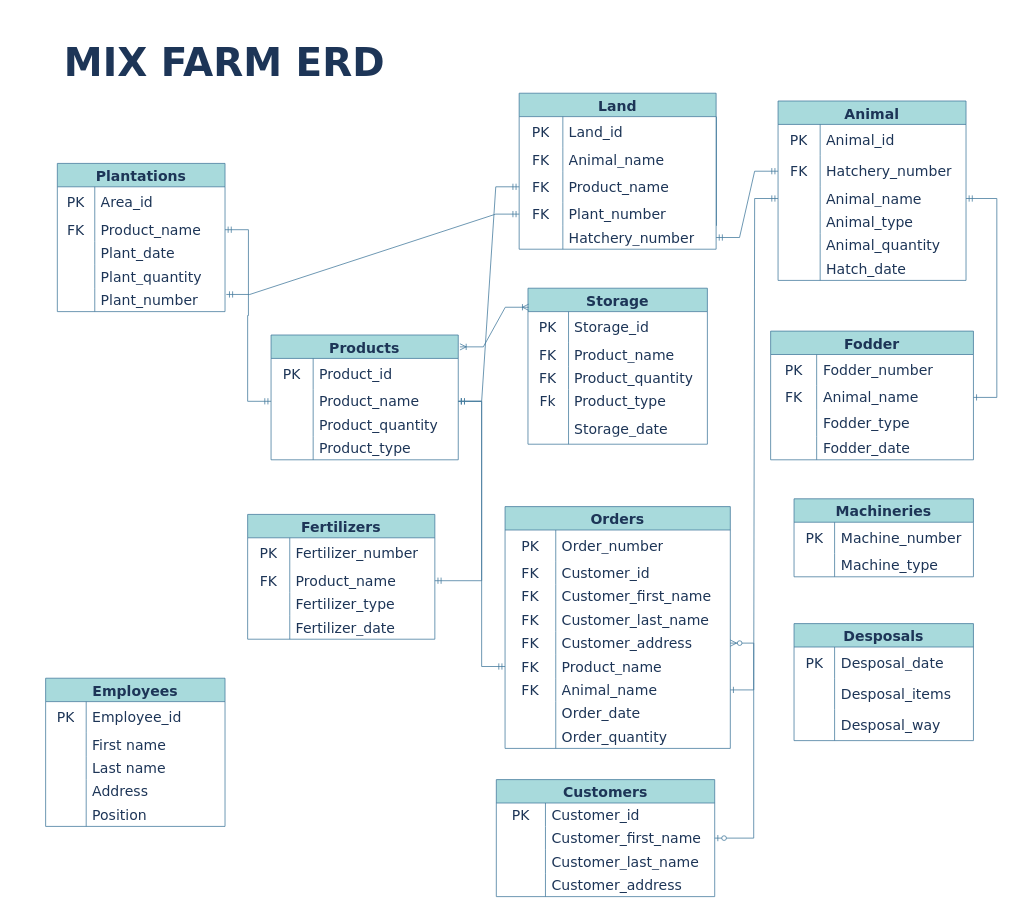
This is page "ERD" (1 of 2) of ERD-MIX FARM.drawio from raynahuang/1201-database, a draw.io file, before an edit. Source tidied: cells renumbered, new cells numbered last; positions are measured from the earlier drawing's top-left corner, leaving out a move shared by most shapes. Both pictures are drawn from the tidied source at 78%, with x=0, y=0 at pixel (45, 46).
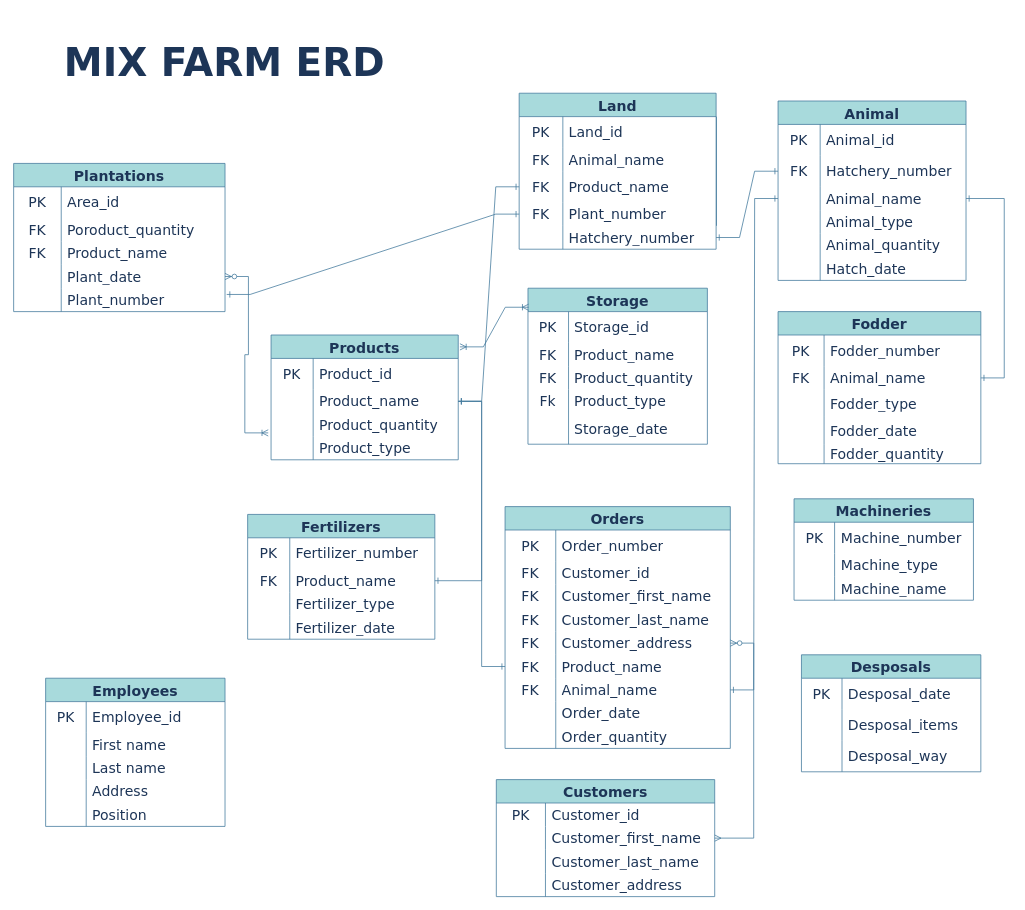
After the change.

The change refers to these unchanged cells:
```xml
<mxCell id="23" style="shape=tableRow;horizontal=0;startSize=0;swimlaneHead=0;swimlaneBody=0;top=0;left=0;bottom=0;right=0;fillColor=none;points=[[0,0.5],[1,0.5]];portConstraint=eastwest;fontFamily=Verdana;fontSize=50;labelBackgroundColor=none;rounded=0;strokeColor=#457B9D;fontColor=#1D3557;" parent="19" vertex="1">
  <mxGeometry y="70" width="240" height="30" as="geometry" />
</mxCell>
<mxCell id="26" style="shape=tableRow;horizontal=0;startSize=0;swimlaneHead=0;swimlaneBody=0;top=0;left=0;bottom=0;right=0;fillColor=none;points=[[0,0.5],[1,0.5]];portConstraint=eastwest;fontFamily=Verdana;fontSize=50;labelBackgroundColor=none;rounded=0;strokeColor=#457B9D;fontColor=#1D3557;" parent="19" vertex="1">
  <mxGeometry y="100" width="240" height="30" as="geometry" />
</mxCell>
<mxCell id="39" style="shape=tableRow;horizontal=0;startSize=0;swimlaneHead=0;swimlaneBody=0;top=0;left=0;bottom=0;right=0;fillColor=none;points=[[0,0.5],[1,0.5]];portConstraint=eastwest;fontFamily=Verdana;fontSize=50;labelBackgroundColor=none;rounded=0;strokeColor=#457B9D;fontColor=#1D3557;" parent="32" vertex="1">
  <mxGeometry y="100" width="252.5" height="40" as="geometry" />
</mxCell>
<mxCell id="42" style="shape=tableRow;horizontal=0;startSize=0;swimlaneHead=0;swimlaneBody=0;top=0;left=0;bottom=0;right=0;fillColor=none;points=[[0,0.5],[1,0.5]];portConstraint=eastwest;fontFamily=Verdana;fontSize=50;labelBackgroundColor=none;rounded=0;strokeColor=#457B9D;fontColor=#1D3557;" parent="32" vertex="1">
  <mxGeometry y="140" width="252.5" height="30" as="geometry" />
</mxCell>
<mxCell id="46" style="shape=tableRow;horizontal=0;startSize=0;swimlaneHead=0;swimlaneBody=0;top=0;left=0;bottom=0;right=0;fillColor=none;points=[[0,0.5],[1,0.5]];portConstraint=eastwest;fontFamily=Verdana;fontSize=50;labelBackgroundColor=none;rounded=0;strokeColor=#457B9D;fontColor=#1D3557;" parent="32" vertex="1">
  <mxGeometry y="170" width="252.5" height="30" as="geometry" />
</mxCell>
<mxCell id="72" style="shape=tableRow;horizontal=0;startSize=0;swimlaneHead=0;swimlaneBody=0;top=0;left=0;bottom=0;right=0;fillColor=none;points=[[0,0.5],[1,0.5]];portConstraint=eastwest;fontFamily=Verdana;fontSize=20;labelBackgroundColor=none;rounded=0;strokeColor=#457B9D;fontColor=#1D3557;" parent="68" vertex="1">
  <mxGeometry y="70" width="241" height="40" as="geometry" />
</mxCell>
<mxCell id="75" style="shape=tableRow;horizontal=0;startSize=0;swimlaneHead=0;swimlaneBody=0;top=0;left=0;bottom=0;right=0;fillColor=none;points=[[0,0.5],[1,0.5]];portConstraint=eastwest;fontFamily=Verdana;fontSize=50;labelBackgroundColor=none;rounded=0;strokeColor=#457B9D;fontColor=#1D3557;" parent="68" vertex="1">
  <mxGeometry y="110" width="241" height="30" as="geometry" />
</mxCell>
<mxCell id="93" style="shape=tableRow;horizontal=0;startSize=0;swimlaneHead=0;swimlaneBody=0;top=0;left=0;bottom=0;right=0;fillColor=none;points=[[0,0.5],[1,0.5]];portConstraint=eastwest;fontFamily=Verdana;fontSize=50;labelBackgroundColor=none;rounded=0;strokeColor=#457B9D;fontColor=#1D3557;" parent="89" vertex="1">
  <mxGeometry y="70" width="240" height="30" as="geometry" />
</mxCell>
<mxCell id="114" style="shape=tableRow;horizontal=0;startSize=0;swimlaneHead=0;swimlaneBody=0;top=0;left=0;bottom=0;right=0;fillColor=none;points=[[0,0.5],[1,0.5]];portConstraint=eastwest;fontFamily=Verdana;fontSize=50;labelBackgroundColor=none;rounded=0;strokeColor=#457B9D;fontColor=#1D3557;" parent="110" vertex="1">
  <mxGeometry y="70" width="260" height="30" as="geometry" />
</mxCell>
<mxCell id="154" style="shape=tableRow;horizontal=0;startSize=0;swimlaneHead=0;swimlaneBody=0;top=0;left=0;bottom=0;right=0;fillColor=none;points=[[0,0.5],[1,0.5]];portConstraint=eastwest;fontFamily=Verdana;fontSize=50;labelBackgroundColor=none;rounded=0;strokeColor=#457B9D;fontColor=#1D3557;" parent="150" vertex="1">
  <mxGeometry y="60" width="280" height="30" as="geometry" />
</mxCell>
<mxCell id="176" style="shape=tableRow;horizontal=0;startSize=0;swimlaneHead=0;swimlaneBody=0;top=0;left=0;bottom=0;right=0;fillColor=none;points=[[0,0.5],[1,0.5]];portConstraint=eastwest;fontFamily=Verdana;fontSize=50;labelBackgroundColor=none;rounded=0;strokeColor=#457B9D;fontColor=#1D3557;" parent="163" vertex="1">
  <mxGeometry y="160" width="288.8" height="30" as="geometry" />
</mxCell>
<mxCell id="179" style="shape=tableRow;horizontal=0;startSize=0;swimlaneHead=0;swimlaneBody=0;top=0;left=0;bottom=0;right=0;fillColor=none;points=[[0,0.5],[1,0.5]];portConstraint=eastwest;fontFamily=Verdana;fontSize=50;labelBackgroundColor=none;rounded=0;strokeColor=#457B9D;fontColor=#1D3557;" parent="163" vertex="1">
  <mxGeometry y="190" width="288.8" height="30" as="geometry" />
</mxCell>
<mxCell id="182" style="shape=tableRow;horizontal=0;startSize=0;swimlaneHead=0;swimlaneBody=0;top=0;left=0;bottom=0;right=0;fillColor=none;points=[[0,0.5],[1,0.5]];portConstraint=eastwest;fontFamily=Verdana;fontSize=50;labelBackgroundColor=none;rounded=0;strokeColor=#457B9D;fontColor=#1D3557;" parent="163" vertex="1">
  <mxGeometry y="220" width="288.8" height="30" as="geometry" />
</mxCell>
```

Change to the diagram source:
```diff
@@
     <mxCell id="2" value="Plantations" style="shape=table;startSize=30;childLayout=tableLayout;rowLines=0;fontStyle=1;fontFamily=Verdana;fontSize=18;labelBackgroundColor=none;fontColor=#1D3557;rounded=0;fillColor=#A8DADC;strokeColor=#457B9D;" parent="1" vertex="1">
-      <mxGeometry x="15" y="150" width="215" height="190" as="geometry" />
+      <mxGeometry x="-41" y="150" width="271" height="190" as="geometry" />
     </mxCell>
     <mxCell id="3" style="shape=tableRow;horizontal=0;startSize=0;swimlaneHead=0;swimlaneBody=0;top=0;left=0;bottom=0;right=0;fillColor=none;fontFamily=Verdana;fontSize=20;labelBackgroundColor=none;rounded=0;strokeColor=#457B9D;fontColor=#1D3557;" parent="2" vertex="1">
-      <mxGeometry y="30" width="215" height="40" as="geometry" />
+      <mxGeometry y="30" width="271" height="40" as="geometry" />
     </mxCell>
     <mxCell id="4" value="PK" style="shape=partialRectangle;html=1;whiteSpace=wrap;fillColor=none;top=0;left=0;bottom=0;right=0;overflow=hidden;fontFamily=Verdana;fontSize=18;labelBackgroundColor=none;fontColor=#1D3557;rounded=0;strokeColor=#457B9D;" parent="3" vertex="1">
-      <mxGeometry width="48" height="40" as="geometry" />
+      <mxGeometry width="61" height="40" as="geometry" />
     </mxCell>
     <mxCell id="5" value="Area_id" style="shape=partialRectangle;html=1;whiteSpace=wrap;fillColor=none;top=0;left=0;bottom=0;right=0;align=left;spacingLeft=6;overflow=hidden;fontFamily=Verdana;fontSize=18;labelBackgroundColor=none;fontColor=#1D3557;rounded=0;strokeColor=#457B9D;" parent="3" vertex="1">
-      <mxGeometry x="48" width="167" height="40" as="geometry" />
+      <mxGeometry x="61" width="210" height="40" as="geometry" />
     </mxCell>
+    <mxCell id="12" style="shape=tableRow;horizontal=0;startSize=0;swimlaneHead=0;swimlaneBody=0;top=0;left=0;bottom=0;right=0;fillColor=none;fontFamily=Verdana;fontSize=50;labelBackgroundColor=none;rounded=0;strokeColor=#457B9D;fontColor=#1D3557;" parent="2" vertex="1">
+      <mxGeometry y="70" width="271" height="30" as="geometry" />
+    </mxCell>
+    <mxCell id="13" value="FK" style="shape=partialRectangle;html=1;whiteSpace=wrap;fillColor=none;top=0;left=0;bottom=0;right=0;overflow=hidden;fontFamily=Verdana;fontSize=18;labelBackgroundColor=none;fontColor=#1D3557;rounded=0;strokeColor=#457B9D;" parent="12" vertex="1">
+      <mxGeometry width="61" height="30" as="geometry" />
+    </mxCell>
+    <mxCell id="14" value="Poroduct_quantity" style="shape=partialRectangle;html=1;whiteSpace=wrap;fillColor=none;top=0;left=0;bottom=0;right=0;align=left;spacingLeft=6;overflow=hidden;fontFamily=Verdana;fontSize=18;labelBackgroundColor=none;fontColor=#1D3557;rounded=0;strokeColor=#457B9D;" parent="12" vertex="1">
+      <mxGeometry x="61" width="210" height="30" as="geometry" />
+    </mxCell>
     <mxCell id="6" style="shape=tableRow;horizontal=0;startSize=0;swimlaneHead=0;swimlaneBody=0;top=0;left=0;bottom=0;right=0;fillColor=none;points=[[0,0.5],[1,0.5]];portConstraint=eastwest;fontFamily=Verdana;fontSize=50;labelBackgroundColor=none;rounded=0;strokeColor=#457B9D;fontColor=#1D3557;" parent="2" vertex="1">
-      <mxGeometry y="70" width="215" height="30" as="geometry" />
+      <mxGeometry y="100" width="271" height="30" as="geometry" />
     </mxCell>
     <mxCell id="7" value="FK" style="shape=partialRectangle;html=1;whiteSpace=wrap;fillColor=none;top=0;left=0;bottom=0;right=0;overflow=hidden;fontFamily=Verdana;fontSize=18;labelBackgroundColor=none;fontColor=#1D3557;rounded=0;strokeColor=#457B9D;" parent="6" vertex="1">
-      <mxGeometry width="48" height="30" as="geometry" />
+      <mxGeometry width="61" height="30" as="geometry" />
     </mxCell>
     <mxCell id="8" value="Product_name" style="shape=partialRectangle;html=1;whiteSpace=wrap;fillColor=none;top=0;left=0;bottom=0;right=0;align=left;spacingLeft=6;overflow=hidden;fontFamily=Verdana;fontSize=18;labelBackgroundColor=none;fontColor=#1D3557;rounded=0;strokeColor=#457B9D;" parent="6" vertex="1">
-      <mxGeometry x="48" width="167" height="30" as="geometry" />
+      <mxGeometry x="61" width="210" height="30" as="geometry" />
     </mxCell>
     <mxCell id="9" style="shape=tableRow;horizontal=0;startSize=0;swimlaneHead=0;swimlaneBody=0;top=0;left=0;bottom=0;right=0;fillColor=none;points=[[0,0.5],[1,0.5]];portConstraint=eastwest;fontFamily=Verdana;fontSize=50;labelBackgroundColor=none;rounded=0;strokeColor=#457B9D;fontColor=#1D3557;" parent="2" vertex="1">
-      <mxGeometry y="100" width="215" height="30" as="geometry" />
+      <mxGeometry y="130" width="271" height="30" as="geometry" />
     </mxCell>
     <mxCell id="10" style="shape=partialRectangle;html=1;whiteSpace=wrap;fillColor=none;top=0;left=0;bottom=0;right=0;overflow=hidden;fontFamily=Verdana;fontSize=18;labelBackgroundColor=none;fontColor=#1D3557;rounded=0;strokeColor=#457B9D;" parent="9" vertex="1">
-      <mxGeometry width="48" height="30" as="geometry" />
+      <mxGeometry width="61" height="30" as="geometry" />
     </mxCell>
     <mxCell id="11" value="Plant_date" style="shape=partialRectangle;html=1;whiteSpace=wrap;fillColor=none;top=0;left=0;bottom=0;right=0;align=left;spacingLeft=6;overflow=hidden;fontFamily=Verdana;fontSize=18;labelBackgroundColor=none;fontColor=#1D3557;rounded=0;strokeColor=#457B9D;" parent="9" vertex="1">
-      <mxGeometry x="48" width="167" height="30" as="geometry" />
+      <mxGeometry x="61" width="210" height="30" as="geometry" />
     </mxCell>
-    <mxCell id="12" style="shape=tableRow;horizontal=0;startSize=0;swimlaneHead=0;swimlaneBody=0;top=0;left=0;bottom=0;right=0;fillColor=none;fontFamily=Verdana;fontSize=50;labelBackgroundColor=none;rounded=0;strokeColor=#457B9D;fontColor=#1D3557;" parent="2" vertex="1">
-      <mxGeometry y="130" width="215" height="30" as="geometry" />
-    </mxCell>
-    <mxCell id="13" style="shape=partialRectangle;html=1;whiteSpace=wrap;fillColor=none;top=0;left=0;bottom=0;right=0;overflow=hidden;fontFamily=Verdana;fontSize=18;labelBackgroundColor=none;fontColor=#1D3557;rounded=0;strokeColor=#457B9D;" parent="12" vertex="1">
-      <mxGeometry width="48" height="30" as="geometry" />
-    </mxCell>
-    <mxCell id="14" value="Plant_quantity" style="shape=partialRectangle;html=1;whiteSpace=wrap;fillColor=none;top=0;left=0;bottom=0;right=0;align=left;spacingLeft=6;overflow=hidden;fontFamily=Verdana;fontSize=18;labelBackgroundColor=none;fontColor=#1D3557;rounded=0;strokeColor=#457B9D;" parent="12" vertex="1">
-      <mxGeometry x="48" width="167" height="30" as="geometry" />
-    </mxCell>
     <mxCell id="15" style="shape=tableRow;horizontal=0;startSize=0;swimlaneHead=0;swimlaneBody=0;top=0;left=0;bottom=0;right=0;fillColor=none;points=[[0,0.5],[1,0.5]];portConstraint=eastwest;fontFamily=Verdana;fontSize=50;labelBackgroundColor=none;rounded=0;strokeColor=#457B9D;fontColor=#1D3557;" parent="2" vertex="1">
-      <mxGeometry y="160" width="215" height="30" as="geometry" />
+      <mxGeometry y="160" width="271" height="30" as="geometry" />
     </mxCell>
     <mxCell id="16" style="shape=partialRectangle;html=1;whiteSpace=wrap;fillColor=none;top=0;left=0;bottom=0;right=0;overflow=hidden;fontFamily=Verdana;fontSize=18;labelBackgroundColor=none;fontColor=#1D3557;rounded=0;strokeColor=#457B9D;" parent="15" vertex="1">
-      <mxGeometry width="48" height="30" as="geometry" />
+      <mxGeometry width="61" height="30" as="geometry" />
     </mxCell>
     <mxCell id="17" value="Plant_number" style="shape=partialRectangle;html=1;whiteSpace=wrap;fillColor=none;top=0;left=0;bottom=0;right=0;align=left;spacingLeft=6;overflow=hidden;fontFamily=Verdana;fontSize=18;labelBackgroundColor=none;fontColor=#1D3557;rounded=0;strokeColor=#457B9D;" parent="15" vertex="1">
-      <mxGeometry x="48" width="167" height="30" as="geometry" />
+      <mxGeometry x="61" width="210" height="30" as="geometry" />
     </mxCell>
@@
-    <mxCell id="66" style="edgeStyle=entityRelationEdgeStyle;fontSize=12;html=1;endArrow=ERmandOne;startArrow=ERmandOne;rounded=0;fontColor=default;entryX=0;entryY=0.5;entryDx=0;entryDy=0;labelBackgroundColor=none;strokeColor=#457B9D;" parent="1" edge="1" source="6" target="23">
-      <mxGeometry relative="1" as="geometry" />
-    </mxCell>
-    <mxCell id="67" style="edgeStyle=entityRelationEdgeStyle;fontSize=12;html=1;endArrow=ERmandOne;startArrow=ERone;rounded=0;fontColor=default;exitX=1;exitY=0.5;exitDx=0;exitDy=0;startFill=0;labelBackgroundColor=none;strokeColor=#457B9D;" parent="1" edge="1" source="23" target="39">
+    <mxCell id="67" style="edgeStyle=entityRelationEdgeStyle;fontSize=12;html=1;endArrow=ERone;startArrow=ERone;rounded=0;fontColor=default;exitX=1;exitY=0.5;exitDx=0;exitDy=0;startFill=0;labelBackgroundColor=none;strokeColor=#457B9D;endFill=0;" parent="1" edge="1" source="23" target="39">
       <mxGeometry x="0.05" y="-6" relative="1" as="geometry">
         <mxPoint x="-6" y="7" as="offset" />
       </mxGeometry>
     </mxCell>
@@
-    <mxCell id="87" style="edgeStyle=entityRelationEdgeStyle;fontSize=12;html=1;endArrow=ERmandOne;startArrow=ERmandOne;rounded=0;fontColor=default;exitX=1.008;exitY=0.267;exitDx=0;exitDy=0;exitPerimeter=0;entryX=0;entryY=0.5;entryDx=0;entryDy=0;labelBackgroundColor=none;strokeColor=#457B9D;" parent="1" edge="1" source="15" target="42">
+    <mxCell id="87" style="edgeStyle=entityRelationEdgeStyle;fontSize=12;html=1;endArrow=ERone;startArrow=ERone;rounded=0;fontColor=default;exitX=1.008;exitY=0.267;exitDx=0;exitDy=0;exitPerimeter=0;entryX=0;entryY=0.5;entryDx=0;entryDy=0;labelBackgroundColor=none;strokeColor=#457B9D;startFill=0;endFill=0;" parent="1" edge="1" source="15" target="42">
       <mxGeometry relative="1" as="geometry" />
     </mxCell>
-    <mxCell id="88" style="edgeStyle=entityRelationEdgeStyle;fontSize=12;html=1;endArrow=ERmandOne;startArrow=ERmandOne;rounded=0;fontColor=default;labelBackgroundColor=none;strokeColor=#457B9D;" parent="1" edge="1" source="46" target="72">
+    <mxCell id="88" style="edgeStyle=entityRelationEdgeStyle;fontSize=12;html=1;endArrow=ERone;startArrow=ERone;rounded=0;fontColor=default;labelBackgroundColor=none;strokeColor=#457B9D;startFill=0;endFill=0;" parent="1" edge="1" source="46" target="72">
       <mxGeometry relative="1" as="geometry" />
     </mxCell>
@@
-    <mxCell id="102" style="edgeStyle=entityRelationEdgeStyle;fontSize=12;html=1;endArrow=ERmandOne;startArrow=ERmandOne;rounded=0;fontColor=default;entryX=1;entryY=0.5;entryDx=0;entryDy=0;labelBackgroundColor=none;strokeColor=#457B9D;" parent="1" edge="1" source="23" target="93">
+    <mxCell id="102" style="edgeStyle=entityRelationEdgeStyle;fontSize=12;html=1;endArrow=ERone;startArrow=ERone;rounded=0;fontColor=default;entryX=1;entryY=0.5;entryDx=0;entryDy=0;labelBackgroundColor=none;strokeColor=#457B9D;startFill=0;endFill=0;" parent="1" edge="1" source="23" target="93">
       <mxGeometry relative="1" as="geometry" />
     </mxCell>
     <mxCell id="103" value="Machineries" style="shape=table;startSize=30;childLayout=tableLayout;rowLines=0;fontStyle=1;fontFamily=Verdana;fontSize=18;labelBackgroundColor=none;fontColor=#1D3557;rounded=0;fillColor=#A8DADC;strokeColor=#457B9D;" parent="1" vertex="1">
-      <mxGeometry x="959.5" y="580" width="230" height="100" as="geometry" />
+      <mxGeometry x="959.5" y="580" width="230" height="130" as="geometry" />
     </mxCell>
@@
+    <mxCell id="194" style="shape=tableRow;horizontal=0;startSize=0;swimlaneHead=0;swimlaneBody=0;top=0;left=0;bottom=0;right=0;fillColor=none;fontFamily=Verdana;fontSize=50;labelBackgroundColor=none;rounded=0;strokeColor=#457B9D;fontColor=#1D3557;" parent="103" vertex="1">
+      <mxGeometry y="100" width="230" height="30" as="geometry" />
+    </mxCell>
+    <mxCell id="195" style="shape=partialRectangle;html=1;whiteSpace=wrap;fillColor=none;top=0;left=0;bottom=0;right=0;overflow=hidden;fontFamily=Verdana;fontSize=18;labelBackgroundColor=none;fontColor=#1D3557;rounded=0;strokeColor=#457B9D;" parent="194" vertex="1">
+      <mxGeometry width="52" height="30" as="geometry" />
+    </mxCell>
+    <mxCell id="196" value="Machine_name" style="shape=partialRectangle;html=1;whiteSpace=wrap;fillColor=none;top=0;left=0;bottom=0;right=0;align=left;spacingLeft=6;overflow=hidden;fontFamily=Verdana;fontSize=18;labelBackgroundColor=none;fontColor=#1D3557;rounded=0;strokeColor=#457B9D;" parent="194" vertex="1">
+      <mxGeometry x="52" width="178" height="30" as="geometry" />
+    </mxCell>
     <mxCell id="110" value="Fodder" style="shape=table;startSize=30;childLayout=tableLayout;rowLines=0;fontStyle=1;fontFamily=Verdana;fontSize=18;labelBackgroundColor=none;fontColor=#1D3557;rounded=0;fillColor=#A8DADC;strokeColor=#457B9D;" parent="1" vertex="1">
-      <mxGeometry x="929.5" y="365" width="260" height="165" as="geometry" />
+      <mxGeometry x="939" y="340" width="260" height="195" as="geometry" />
     </mxCell>
@@
     <mxCell id="120" style="shape=tableRow;horizontal=0;startSize=0;swimlaneHead=0;swimlaneBody=0;top=0;left=0;bottom=0;right=0;fillColor=none;fontFamily=Verdana;fontSize=50;labelBackgroundColor=none;rounded=0;strokeColor=#457B9D;fontColor=#1D3557;" parent="110" vertex="1">
-      <mxGeometry y="135" width="260" height="30" as="geometry" />
+      <mxGeometry y="135" width="260" height="35" as="geometry" />
     </mxCell>
     <mxCell id="121" style="shape=partialRectangle;html=1;whiteSpace=wrap;fillColor=none;top=0;left=0;bottom=0;right=0;overflow=hidden;fontFamily=Verdana;fontSize=18;labelBackgroundColor=none;fontColor=#1D3557;rounded=0;strokeColor=#457B9D;" parent="120" vertex="1">
-      <mxGeometry width="59" height="30" as="geometry" />
+      <mxGeometry width="59" height="35" as="geometry" />
     </mxCell>
     <mxCell id="122" value="Fodder_date" style="shape=partialRectangle;html=1;whiteSpace=wrap;fillColor=none;top=0;left=0;bottom=0;right=0;align=left;spacingLeft=6;overflow=hidden;fontFamily=Verdana;fontSize=18;labelBackgroundColor=none;fontColor=#1D3557;rounded=0;strokeColor=#457B9D;" parent="120" vertex="1">
-      <mxGeometry x="59" width="201" height="30" as="geometry" />
+      <mxGeometry x="59" width="201" height="35" as="geometry" />
     </mxCell>
+    <mxCell id="197" style="shape=tableRow;horizontal=0;startSize=0;swimlaneHead=0;swimlaneBody=0;top=0;left=0;bottom=0;right=0;fillColor=none;fontFamily=Verdana;fontSize=50;labelBackgroundColor=none;rounded=0;strokeColor=#457B9D;fontColor=#1D3557;" parent="110" vertex="1">
+      <mxGeometry y="170" width="260" height="25" as="geometry" />
+    </mxCell>
+    <mxCell id="198" style="shape=partialRectangle;html=1;whiteSpace=wrap;fillColor=none;top=0;left=0;bottom=0;right=0;overflow=hidden;fontFamily=Verdana;fontSize=18;labelBackgroundColor=none;fontColor=#1D3557;rounded=0;strokeColor=#457B9D;" parent="197" vertex="1">
+      <mxGeometry width="59" height="25" as="geometry" />
+    </mxCell>
+    <mxCell id="199" value="Fodder_quantity" style="shape=partialRectangle;html=1;whiteSpace=wrap;fillColor=none;top=0;left=0;bottom=0;right=0;align=left;spacingLeft=6;overflow=hidden;fontFamily=Verdana;fontSize=18;labelBackgroundColor=none;fontColor=#1D3557;rounded=0;strokeColor=#457B9D;" parent="197" vertex="1">
+      <mxGeometry x="59" width="201" height="25" as="geometry" />
+    </mxCell>
-    <mxCell id="123" style="edgeStyle=entityRelationEdgeStyle;fontSize=12;html=1;endArrow=ERmandOne;startArrow=ERone;rounded=0;fontColor=default;labelBackgroundColor=none;strokeColor=#457B9D;startFill=0;" parent="1" edge="1" source="114" target="75">
+    <mxCell id="123" style="edgeStyle=entityRelationEdgeStyle;fontSize=12;html=1;endArrow=ERone;startArrow=ERone;rounded=0;fontColor=default;labelBackgroundColor=none;strokeColor=#457B9D;startFill=0;endFill=0;" parent="1" edge="1" source="114" target="75">
       <mxGeometry relative="1" as="geometry" />
     </mxCell>
     <mxCell id="124" value="Desposals" style="shape=table;startSize=30;childLayout=tableLayout;rowLines=0;fontStyle=1;fontFamily=Verdana;fontSize=18;labelBackgroundColor=none;fontColor=#1D3557;rounded=0;fillColor=#A8DADC;strokeColor=#457B9D;" parent="1" vertex="1">
-      <mxGeometry x="959.5" y="740" width="230" height="150" as="geometry" />
+      <mxGeometry x="969" y="780" width="230" height="150" as="geometry" />
     </mxCell>
@@
-    <mxCell id="191" style="edgeStyle=entityRelationEdgeStyle;fontSize=12;html=1;endArrow=ERmandOne;startArrow=ERmandOne;rounded=0;strokeColor=#457B9D;fontColor=#1D3557;fillColor=#A8DADC;" parent="1" edge="1" source="23" target="179">
+    <mxCell id="191" style="edgeStyle=entityRelationEdgeStyle;fontSize=12;html=1;endArrow=ERone;startArrow=ERone;rounded=0;strokeColor=#457B9D;fontColor=default;fillColor=#A8DADC;labelBackgroundColor=none;startFill=0;endFill=0;" parent="1" edge="1" source="23" target="179">
       <mxGeometry relative="1" as="geometry" />
     </mxCell>
-    <mxCell id="192" style="edgeStyle=entityRelationEdgeStyle;fontSize=12;html=1;endArrow=ERmandOne;startArrow=ERone;rounded=0;strokeColor=#457B9D;fontColor=#1D3557;fillColor=#A8DADC;startFill=0;" parent="1" edge="1" source="182" target="75">
+    <mxCell id="192" style="edgeStyle=entityRelationEdgeStyle;fontSize=12;html=1;endArrow=ERone;startArrow=ERone;rounded=0;strokeColor=#457B9D;fontColor=default;fillColor=#A8DADC;startFill=0;labelBackgroundColor=none;endFill=0;" parent="1" edge="1" source="182" target="75">
       <mxGeometry relative="1" as="geometry" />
     </mxCell>
-    <mxCell id="193" style="edgeStyle=entityRelationEdgeStyle;fontSize=12;html=1;endArrow=ERzeroToMany;startArrow=ERzeroToOne;rounded=0;strokeColor=#457B9D;fontColor=#1D3557;fillColor=#A8DADC;exitX=1;exitY=0.5;exitDx=0;exitDy=0;" parent="1" edge="1" source="154" target="176">
+    <mxCell id="193" style="edgeStyle=entityRelationEdgeStyle;fontSize=12;html=1;endArrow=ERzeroToMany;startArrow=ERmany;rounded=0;strokeColor=#457B9D;fontColor=default;fillColor=#A8DADC;exitX=1;exitY=0.5;exitDx=0;exitDy=0;labelBackgroundColor=none;startFill=0;" parent="1" edge="1" source="154" target="176">
       <mxGeometry x="-1" y="-80" relative="1" as="geometry" />
     </mxCell>
+    <mxCell id="200" style="edgeStyle=entityRelationEdgeStyle;fontSize=12;html=1;endArrow=ERoneToMany;startArrow=ERzeroToMany;rounded=0;fontColor=default;entryX=-0.015;entryY=0.849;entryDx=0;entryDy=0;entryPerimeter=0;labelBackgroundColor=none;strokeColor=#457B9D;" parent="1" edge="1" source="9" target="26">
+      <mxGeometry x="0.64" y="268" relative="1" as="geometry">
+        <mxPoint x="-240" y="148" as="offset" />
+      </mxGeometry>
+    </mxCell>
```
